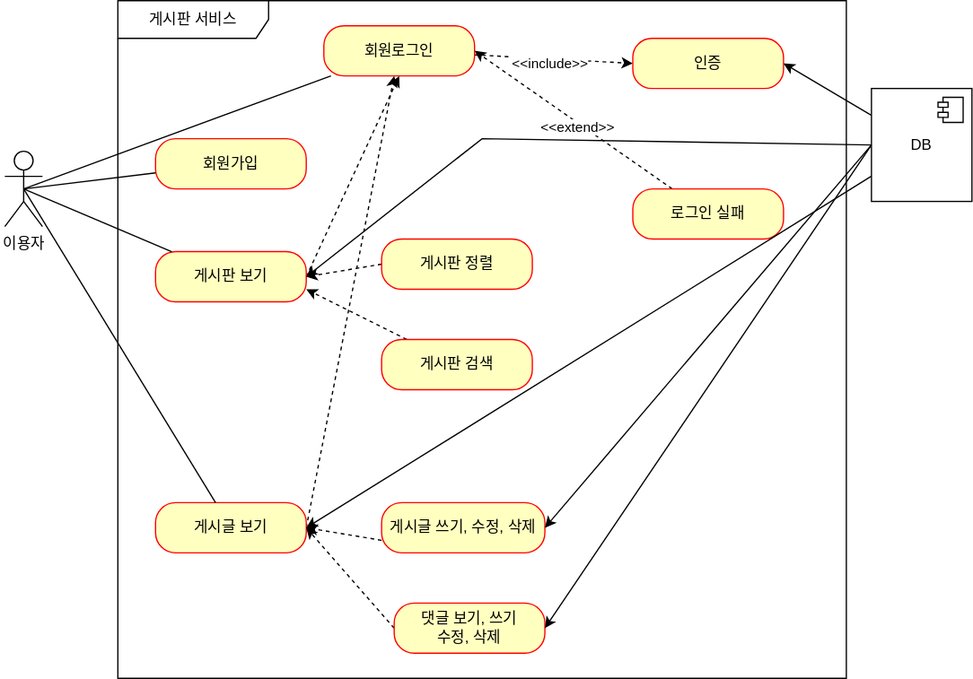
The draw.io diagram document/use-case.drawio.svg in cycy6031/fastcampus-project-board, before a commit. Source tidied: cells renumbered, new cells last; positions are measured from the earlier drawing's top-left corner, leaving out a move shared by most shapes.
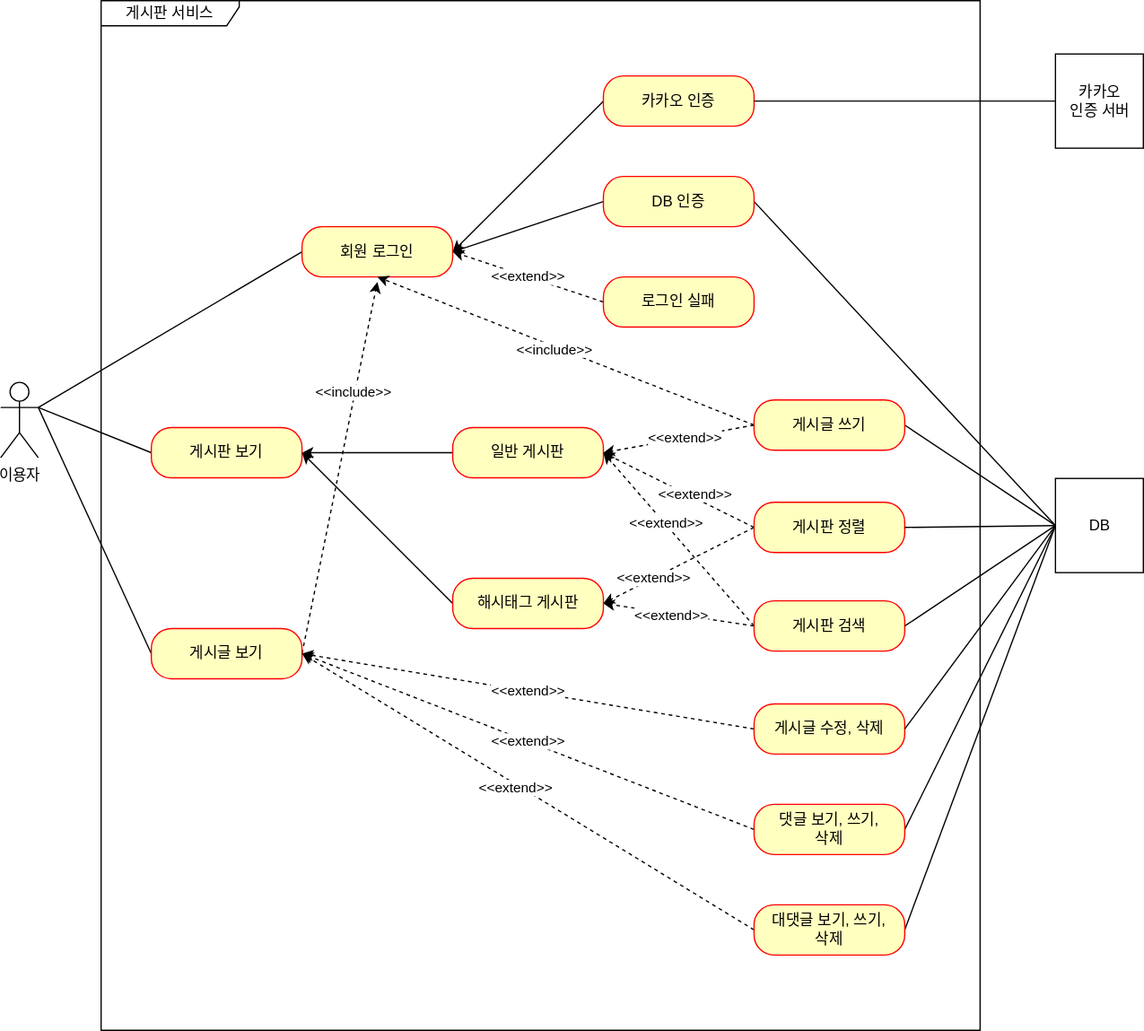
The same diagram one commit later.

Diff of the diagram source:
```diff
@@ -2,112 +2,177 @@
   <root>
     <mxCell id="0" />
     <mxCell id="1" parent="0" />
-    <mxCell id="2" value="이용자&lt;div&gt;&lt;br&gt;&lt;/div&gt;" style="shape=umlActor;verticalLabelPosition=bottom;verticalAlign=top;html=1;" parent="1" vertex="1">
-      <mxGeometry y="120" width="30" height="60" as="geometry" />
+    <mxCell id="2" value="이용자" style="shape=umlActor;verticalLabelPosition=bottom;verticalAlign=top;html=1;" parent="1" vertex="1">
+      <mxGeometry y="354" width="30" height="60" as="geometry" />
     </mxCell>
-    <mxCell id="3" value="게시판 서비스" style="shape=umlFrame;whiteSpace=wrap;html=1;width=120;height=30;" parent="1" vertex="1">
-      <mxGeometry x="90" width="580" height="540" as="geometry" />
+    <mxCell id="3" value="게시판 서비스" style="shape=umlFrame;whiteSpace=wrap;html=1;width=110;height=20;" parent="1" vertex="1">
+      <mxGeometry x="80" y="50" width="700" height="820" as="geometry" />
     </mxCell>
-    <mxCell id="4" value="회원가입" style="rounded=1;whiteSpace=wrap;html=1;arcSize=40;fontColor=#000000;fillColor=#ffffc0;strokeColor=#ff0000;" parent="1" vertex="1">
-      <mxGeometry x="120" y="110" width="120" height="40" as="geometry" />
-    </mxCell>
-    <mxCell id="5" style="rounded=0;jettySize=auto;html=1;exitX=1;exitY=0.5;exitDx=0;exitDy=0;entryX=0.5;entryY=1;entryDx=0;entryDy=0;dashed=1;" parent="1" edge="1" source="6" target="11">
-      <mxGeometry relative="1" as="geometry" />
-    </mxCell>
+    <mxCell id="35" style="rounded=0;jettySize=auto;html=1;exitX=0;exitY=0.5;exitDx=0;exitDy=0;entryX=1;entryY=0.5;entryDx=0;entryDy=0;" parent="1" edge="1" source="36" target="6">
+      <mxGeometry relative="1" as="geometry" />
+    </mxCell>
+    <mxCell id="36" value="일반 게시판" style="rounded=1;whiteSpace=wrap;html=1;arcSize=40;fontColor=#000000;fillColor=#ffffc0;strokeColor=#ff0000;" parent="1" vertex="1">
+      <mxGeometry x="360" y="390" width="120" height="40" as="geometry" />
+    </mxCell>
+    <mxCell id="26" style="edgeStyle=none;rounded=0;jettySize=auto;html=1;exitX=0;exitY=0.5;exitDx=0;exitDy=0;entryX=1;entryY=0.3333333333333333;entryDx=0;entryDy=0;entryPerimeter=0;endArrow=none;endFill=0;" parent="1" edge="1" source="6" target="2">
+      <mxGeometry relative="1" as="geometry" />
+    </mxCell>
     <mxCell id="6" value="게시판 보기" style="rounded=1;whiteSpace=wrap;html=1;arcSize=40;fontColor=#000000;fillColor=#ffffc0;strokeColor=#ff0000;" parent="1" vertex="1">
-      <mxGeometry x="120" y="200" width="120" height="40" as="geometry" />
+      <mxGeometry x="120" y="390" width="120" height="40" as="geometry" />
     </mxCell>
-    <mxCell id="7" style="rounded=0;jettySize=auto;html=1;exitX=1;exitY=0.5;exitDx=0;exitDy=0;dashed=1;" parent="1" edge="1" source="8">
-      <mxGeometry relative="1" as="geometry">
-        <mxPoint x="310" y="60" as="targetPoint" />
-      </mxGeometry>
-    </mxCell>
+    <mxCell id="37" style="edgeStyle=none;rounded=0;jettySize=auto;html=1;exitX=0;exitY=0.5;exitDx=0;exitDy=0;endArrow=none;endFill=0;" parent="1" edge="1" source="8">
+      <mxGeometry relative="1" as="geometry">
+        <mxPoint x="30" y="374" as="targetPoint" />
+      </mxGeometry>
+    </mxCell>
+    <mxCell id="38" style="edgeStyle=none;rounded=0;jettySize=auto;html=1;exitX=1;exitY=0.5;exitDx=0;exitDy=0;dashed=1;endArrow=classic;endFill=1;" parent="1" edge="1" source="8">
+      <mxGeometry relative="1" as="geometry">
+        <mxPoint x="300" y="274" as="targetPoint" />
+      </mxGeometry>
+    </mxCell>
+    <mxCell id="39" value="&amp;lt;&amp;lt;include&amp;gt;&amp;gt;" style="edgeLabel;html=1;align=center;verticalAlign=middle;" parent="38" vertex="1">
+      <mxGeometry x="0.41" y="2" relative="1" as="geometry" />
+    </mxCell>
     <mxCell id="8" value="게시글 보기" style="rounded=1;whiteSpace=wrap;html=1;arcSize=40;fontColor=#000000;fillColor=#ffffc0;strokeColor=#ff0000;" parent="1" vertex="1">
-      <mxGeometry x="120" y="400" width="120" height="40" as="geometry" />
+      <mxGeometry x="120" y="550" width="120" height="40" as="geometry" />
     </mxCell>
-    <mxCell id="9" style="rounded=0;jettySize=auto;html=1;entryX=0;entryY=0.5;entryDx=0;entryDy=0;dashed=1;" parent="1" edge="1" source="11" target="12">
-      <mxGeometry relative="1" as="geometry" />
-    </mxCell>
-    <mxCell id="10" value="&amp;lt;&amp;lt;include&amp;gt;&amp;gt;" style="edgeLabel;html=1;align=center;verticalAlign=middle;" parent="9" vertex="1">
-      <mxGeometry x="-0.05" y="-3" relative="1" as="geometry" />
-    </mxCell>
-    <mxCell id="11" value="회원로그인" style="rounded=1;whiteSpace=wrap;html=1;arcSize=40;fontColor=#000000;fillColor=#ffffc0;strokeColor=#ff0000;" parent="1" vertex="1">
-      <mxGeometry x="254" y="20" width="120" height="40" as="geometry" />
-    </mxCell>
-    <mxCell id="12" value="인증" style="rounded=1;whiteSpace=wrap;html=1;arcSize=38;fontColor=#000000;fillColor=#ffffc0;strokeColor=#ff0000;" parent="1" vertex="1">
-      <mxGeometry x="500" y="30" width="120" height="40" as="geometry" />
-    </mxCell>
-    <mxCell id="13" style="rounded=0;jettySize=auto;html=1;entryX=1;entryY=0.5;entryDx=0;entryDy=0;endArrow=classic;endFill=1;dashed=1;" parent="1" edge="1" source="15" target="11">
-      <mxGeometry relative="1" as="geometry" />
-    </mxCell>
-    <mxCell id="14" value="&amp;lt;&amp;lt;extend&amp;gt;&amp;gt;" style="edgeLabel;html=1;align=center;verticalAlign=middle;" parent="13" vertex="1">
-      <mxGeometry x="-0.05" y="3" relative="1" as="geometry" />
-    </mxCell>
+    <mxCell id="40" style="edgeStyle=none;rounded=0;jettySize=auto;html=1;exitX=0;exitY=0.5;exitDx=0;exitDy=0;endArrow=none;endFill=0;" parent="1" edge="1" source="41">
+      <mxGeometry relative="1" as="geometry">
+        <mxPoint x="30" y="374" as="targetPoint" />
+      </mxGeometry>
+    </mxCell>
+    <mxCell id="41" value="회원 로그인" style="rounded=1;whiteSpace=wrap;html=1;arcSize=40;fontColor=#000000;fillColor=#ffffc0;strokeColor=#ff0000;" parent="1" vertex="1">
+      <mxGeometry x="240" y="230" width="120" height="40" as="geometry" />
+    </mxCell>
+    <mxCell id="42" style="edgeStyle=none;rounded=0;jettySize=auto;html=1;exitX=1;exitY=0.5;exitDx=0;exitDy=0;entryX=0;entryY=0.5;entryDx=0;entryDy=0;endArrow=none;endFill=0;" parent="1" edge="1" source="44" target="33">
+      <mxGeometry relative="1" as="geometry" />
+    </mxCell>
+    <mxCell id="43" style="edgeStyle=none;rounded=0;jettySize=auto;html=1;exitX=0;exitY=0.5;exitDx=0;exitDy=0;entryX=1;entryY=0.5;entryDx=0;entryDy=0;endArrow=classic;endFill=1;" parent="1" edge="1" source="44" target="41">
+      <mxGeometry relative="1" as="geometry" />
+    </mxCell>
+    <mxCell id="44" value="DB 인증" style="rounded=1;whiteSpace=wrap;html=1;arcSize=40;fontColor=#000000;fillColor=#ffffc0;strokeColor=#ff0000;" parent="1" vertex="1">
+      <mxGeometry x="480" y="190" width="120" height="40" as="geometry" />
+    </mxCell>
+    <mxCell id="45" value="&amp;lt;&amp;lt;extend&amp;gt;&amp;gt;" style="edgeStyle=none;rounded=0;jettySize=auto;html=1;exitX=0;exitY=0.5;exitDx=0;exitDy=0;entryX=1;entryY=0.5;entryDx=0;entryDy=0;endArrow=classic;endFill=1;dashed=1;" parent="1" edge="1" source="15" target="41">
+      <mxGeometry relative="1" as="geometry" />
+    </mxCell>
     <mxCell id="15" value="로그인 실패" style="rounded=1;whiteSpace=wrap;html=1;arcSize=40;fontColor=#000000;fillColor=#ffffc0;strokeColor=#ff0000;" parent="1" vertex="1">
-      <mxGeometry x="500" y="150" width="120" height="40" as="geometry" />
+      <mxGeometry x="480" y="270" width="120" height="40" as="geometry" />
     </mxCell>
-    <mxCell id="16" style="rounded=0;jettySize=auto;html=1;exitX=0;exitY=0.5;exitDx=0;exitDy=0;entryX=1;entryY=0.5;entryDx=0;entryDy=0;dashed=1;" parent="1" edge="1" source="17" target="6">
-      <mxGeometry relative="1" as="geometry" />
-    </mxCell>
+    <mxCell id="46" style="edgeStyle=none;rounded=0;jettySize=auto;html=1;exitX=0;exitY=0.5;exitDx=0;exitDy=0;entryX=1;entryY=0.5;entryDx=0;entryDy=0;dashed=1;endArrow=classic;endFill=1;" parent="1" edge="1" source="17" target="36">
+      <mxGeometry relative="1" as="geometry" />
+    </mxCell>
+    <mxCell id="47" value="&amp;lt;&amp;lt;extend&amp;gt;&amp;gt;" style="edgeLabel;html=1;align=center;verticalAlign=middle;" parent="46" vertex="1">
+      <mxGeometry x="-0.18" y="-3" relative="1" as="geometry" />
+    </mxCell>
+    <mxCell id="48" style="edgeStyle=none;rounded=0;jettySize=auto;html=1;exitX=0;exitY=0.5;exitDx=0;exitDy=0;entryX=1;entryY=0.5;entryDx=0;entryDy=0;dashed=1;" parent="1" edge="1" source="17" target="65">
+      <mxGeometry relative="1" as="geometry" />
+    </mxCell>
+    <mxCell id="49" value="&amp;lt;&amp;lt;extend&amp;gt;&amp;gt;" style="edgeLabel;html=1;align=center;verticalAlign=middle;" parent="48" vertex="1">
+      <mxGeometry x="0.33" relative="1" as="geometry">
+        <mxPoint x="-1" as="offset" />
+      </mxGeometry>
+    </mxCell>
     <mxCell id="17" value="게시판 정렬" style="rounded=1;whiteSpace=wrap;html=1;arcSize=40;fontColor=#000000;fillColor=#ffffc0;strokeColor=#ff0000;" parent="1" vertex="1">
-      <mxGeometry x="300" y="190" width="120" height="40" as="geometry" />
+      <mxGeometry x="600" y="449.5" width="120" height="40" as="geometry" />
     </mxCell>
-    <mxCell id="18" style="rounded=0;jettySize=auto;html=1;entryX=1;entryY=0.75;entryDx=0;entryDy=0;dashed=1;" parent="1" edge="1" source="19" target="6">
-      <mxGeometry relative="1" as="geometry" />
-    </mxCell>
+    <mxCell id="50" style="edgeStyle=none;rounded=0;jettySize=auto;html=1;exitX=0;exitY=0.5;exitDx=0;exitDy=0;dashed=1;endArrow=classic;endFill=1;entryX=1;entryY=0.5;entryDx=0;entryDy=0;" parent="1" edge="1" source="19" target="36">
+      <mxGeometry relative="1" as="geometry" />
+    </mxCell>
+    <mxCell id="51" value="&amp;lt;&amp;lt;extend&amp;gt;&amp;gt;" style="edgeLabel;html=1;align=center;verticalAlign=middle;" parent="50" vertex="1">
+      <mxGeometry x="0.18" y="-1" relative="1" as="geometry" />
+    </mxCell>
+    <mxCell id="52" style="edgeStyle=none;rounded=0;jettySize=auto;html=1;exitX=0;exitY=0.5;exitDx=0;exitDy=0;entryX=1;entryY=0.5;entryDx=0;entryDy=0;dashed=1;" parent="1" edge="1" source="19" target="65">
+      <mxGeometry relative="1" as="geometry" />
+    </mxCell>
+    <mxCell id="53" value="&amp;lt;&amp;lt;extend&amp;gt;&amp;gt;" style="edgeLabel;html=1;align=center;verticalAlign=middle;" parent="52" vertex="1">
+      <mxGeometry x="0.11" y="2" relative="1" as="geometry">
+        <mxPoint x="1" as="offset" />
+      </mxGeometry>
+    </mxCell>
     <mxCell id="19" value="게시판 검색" style="rounded=1;whiteSpace=wrap;html=1;arcSize=40;fontColor=#000000;fillColor=#ffffc0;strokeColor=#ff0000;" parent="1" vertex="1">
-      <mxGeometry x="300" y="270" width="120" height="40" as="geometry" />
+      <mxGeometry x="600" y="528" width="120" height="40" as="geometry" />
     </mxCell>
-    <mxCell id="20" style="rounded=0;jettySize=auto;html=1;exitX=0;exitY=0.75;exitDx=0;exitDy=0;entryX=1;entryY=0.5;entryDx=0;entryDy=0;dashed=1;" parent="1" edge="1" source="21" target="8">
-      <mxGeometry relative="1" as="geometry" />
-    </mxCell>
-    <mxCell id="21" value="게시글 쓰기, 수정, 삭제" style="rounded=1;whiteSpace=wrap;html=1;arcSize=40;fontColor=#000000;fillColor=#ffffc0;strokeColor=#ff0000;" parent="1" vertex="1">
-      <mxGeometry x="300" y="400" width="130" height="40" as="geometry" />
-    </mxCell>
-    <mxCell id="22" style="rounded=0;jettySize=auto;html=1;exitX=0;exitY=0.5;exitDx=0;exitDy=0;dashed=1;entryX=1;entryY=0.5;entryDx=0;entryDy=0;" parent="1" edge="1" source="23" target="8">
-      <mxGeometry relative="1" as="geometry" />
-    </mxCell>
-    <mxCell id="23" value="댓글 보기, 쓰기&lt;div&gt;수정, 삭제&lt;/div&gt;" style="rounded=1;whiteSpace=wrap;html=1;arcSize=40;fontColor=#000000;fillColor=#ffffc0;strokeColor=#ff0000;" parent="1" vertex="1">
-      <mxGeometry x="310" y="480" width="120" height="40" as="geometry" />
-    </mxCell>
-    <mxCell id="24" style="rounded=0;jettySize=auto;html=1;entryX=0.5;entryY=0.5;entryDx=0;entryDy=0;entryPerimeter=0;endArrow=none;endFill=0;" parent="1" edge="1" source="4" target="2">
-      <mxGeometry relative="1" as="geometry" />
-    </mxCell>
-    <mxCell id="25" style="rounded=0;jettySize=auto;html=1;entryX=0.5;entryY=0.5;entryDx=0;entryDy=0;entryPerimeter=0;endArrow=none;endFill=0;" parent="1" edge="1" source="11" target="2">
-      <mxGeometry relative="1" as="geometry" />
-    </mxCell>
-    <mxCell id="26" style="rounded=0;jettySize=auto;html=1;entryX=0.5;entryY=0.5;entryDx=0;entryDy=0;entryPerimeter=0;endArrow=none;endFill=0;" parent="1" edge="1" source="6" target="2">
-      <mxGeometry relative="1" as="geometry" />
-    </mxCell>
-    <mxCell id="27" style="rounded=0;jettySize=auto;html=1;entryX=0.5;entryY=0.5;entryDx=0;entryDy=0;entryPerimeter=0;endArrow=none;endFill=0;" parent="1" edge="1" source="8" target="2">
-      <mxGeometry relative="1" as="geometry" />
-    </mxCell>
-    <mxCell id="28" style="rounded=0;jettySize=auto;html=1;entryX=1;entryY=0.5;entryDx=0;entryDy=0;" parent="1" edge="1" source="33" target="12">
-      <mxGeometry relative="1" as="geometry" />
-    </mxCell>
-    <mxCell id="29" style="rounded=0;jettySize=auto;html=1;exitX=0;exitY=0.5;exitDx=0;exitDy=0;entryX=1;entryY=0.5;entryDx=0;entryDy=0;" parent="1" edge="1" source="33" target="6">
-      <mxGeometry relative="1" as="geometry">
-        <Array as="points">
-          <mxPoint x="380" y="110" />
-        </Array>
-      </mxGeometry>
-    </mxCell>
-    <mxCell id="30" style="rounded=0;jettySize=auto;html=1;entryX=1;entryY=0.5;entryDx=0;entryDy=0;" parent="1" edge="1" source="33" target="8">
-      <mxGeometry relative="1" as="geometry" />
-    </mxCell>
-    <mxCell id="31" style="rounded=0;jettySize=auto;html=1;exitX=0;exitY=0.5;exitDx=0;exitDy=0;entryX=1;entryY=0.5;entryDx=0;entryDy=0;" parent="1" edge="1" source="33" target="21">
-      <mxGeometry relative="1" as="geometry" />
-    </mxCell>
-    <mxCell id="32" style="rounded=0;jettySize=auto;html=1;exitX=0;exitY=0.5;exitDx=0;exitDy=0;entryX=1;entryY=0.5;entryDx=0;entryDy=0;" parent="1" edge="1" source="33" target="23">
-      <mxGeometry relative="1" as="geometry" />
-    </mxCell>
+    <mxCell id="54" value="&amp;lt;&amp;lt;extend&amp;gt;&amp;gt;" style="edgeStyle=none;rounded=0;jettySize=auto;html=1;exitX=0;exitY=0.5;exitDx=0;exitDy=0;entryX=1;entryY=0.5;entryDx=0;entryDy=0;dashed=1;endArrow=classic;endFill=1;" parent="1" edge="1" source="55" target="8">
+      <mxGeometry relative="1" as="geometry" />
+    </mxCell>
+    <mxCell id="55" value="게시글 수정, 삭제" style="rounded=1;whiteSpace=wrap;html=1;arcSize=40;fontColor=#000000;fillColor=#ffffc0;strokeColor=#ff0000;" parent="1" vertex="1">
+      <mxGeometry x="600" y="610" width="120" height="40" as="geometry" />
+    </mxCell>
+    <mxCell id="56" style="edgeStyle=none;rounded=0;jettySize=auto;html=1;exitX=0;exitY=0.5;exitDx=0;exitDy=0;dashed=1;endArrow=classic;endFill=1;entryX=1;entryY=0.5;entryDx=0;entryDy=0;" parent="1" edge="1" source="59" target="8">
+      <mxGeometry relative="1" as="geometry" />
+    </mxCell>
+    <mxCell id="57" value="&amp;lt;&amp;lt;extend&amp;gt;&amp;gt;" style="edgeLabel;html=1;align=center;verticalAlign=middle;" parent="56" vertex="1">
+      <mxGeometry x="0.01" relative="1" as="geometry" />
+    </mxCell>
+    <mxCell id="58" style="edgeStyle=none;rounded=0;jettySize=auto;html=1;exitX=1;exitY=0.5;exitDx=0;exitDy=0;endArrow=none;endFill=0;entryX=0;entryY=0.5;entryDx=0;entryDy=0;" parent="1" edge="1" source="59" target="33">
+      <mxGeometry relative="1" as="geometry" />
+    </mxCell>
+    <mxCell id="59" value="댓글 보기, 쓰기,&lt;br&gt;삭제" style="rounded=1;whiteSpace=wrap;html=1;arcSize=40;fontColor=#000000;fillColor=#ffffc0;strokeColor=#ff0000;" parent="1" vertex="1">
+      <mxGeometry x="600" y="690" width="120" height="40" as="geometry" />
+    </mxCell>
+    <mxCell id="60" style="edgeStyle=none;rounded=0;jettySize=auto;html=1;exitX=0;exitY=0.5;exitDx=0;exitDy=0;entryX=1;entryY=0.5;entryDx=0;entryDy=0;endArrow=none;endFill=0;" parent="1" edge="1" source="33" target="55">
+      <mxGeometry relative="1" as="geometry" />
+    </mxCell>
+    <mxCell id="61" style="edgeStyle=none;rounded=0;jettySize=auto;html=1;exitX=0;exitY=0.5;exitDx=0;exitDy=0;entryX=1;entryY=0.5;entryDx=0;entryDy=0;endArrow=none;endFill=0;" parent="1" edge="1" source="33" target="19">
+      <mxGeometry relative="1" as="geometry" />
+    </mxCell>
+    <mxCell id="62" style="edgeStyle=none;rounded=0;jettySize=auto;html=1;exitX=0;exitY=0.5;exitDx=0;exitDy=0;entryX=1;entryY=0.5;entryDx=0;entryDy=0;endArrow=none;endFill=0;" parent="1" edge="1" source="33" target="17">
+      <mxGeometry relative="1" as="geometry" />
+    </mxCell>
+    <mxCell id="63" style="edgeStyle=none;rounded=0;jettySize=auto;html=1;exitX=0;exitY=0.5;exitDx=0;exitDy=0;entryX=1;entryY=0.5;entryDx=0;entryDy=0;endArrow=none;endFill=0;" parent="1" edge="1" source="33" target="71">
+      <mxGeometry relative="1" as="geometry" />
+    </mxCell>
-    <mxCell id="33" value="DB" style="html=1;whiteSpace=wrap;" parent="1" vertex="1">
-      <mxGeometry x="690" y="70" width="80" height="90" as="geometry" />
+    <mxCell id="33" value="DB" style="html=1;" parent="1" vertex="1">
+      <mxGeometry x="840" y="430.5" width="70" height="75" as="geometry" />
     </mxCell>
-    <mxCell id="34" style="shape=module;jettyWidth=8;jettyHeight=4;" parent="33" vertex="1">
-      <mxGeometry x="1" width="20" height="20" relative="1" as="geometry">
-        <mxPoint x="-27" y="7" as="offset" />
-      </mxGeometry>
-    </mxCell>
+    <mxCell id="64" style="jettySize=auto;html=1;exitX=0;exitY=0.5;exitDx=0;exitDy=0;entryX=1;entryY=0.5;entryDx=0;entryDy=0;rounded=0;" parent="1" edge="1" source="65" target="6">
+      <mxGeometry relative="1" as="geometry" />
+    </mxCell>
+    <mxCell id="65" value="해시태그 게시판" style="rounded=1;whiteSpace=wrap;html=1;arcSize=40;fontColor=#000000;fillColor=#ffffc0;strokeColor=#ff0000;" parent="1" vertex="1">
+      <mxGeometry x="360" y="510" width="120" height="40" as="geometry" />
+    </mxCell>
+    <mxCell id="66" style="edgeStyle=none;rounded=0;orthogonalLoop=1;jettySize=auto;html=1;exitX=0;exitY=0.5;exitDx=0;exitDy=0;" parent="1" edge="1" source="19" target="19">
+      <mxGeometry relative="1" as="geometry" />
+    </mxCell>
+    <mxCell id="67" style="edgeStyle=none;rounded=0;jettySize=auto;html=1;exitX=0;exitY=0.5;exitDx=0;exitDy=0;entryX=1;entryY=0.5;entryDx=0;entryDy=0;dashed=1;" parent="1" edge="1" source="71" target="36">
+      <mxGeometry relative="1" as="geometry" />
+    </mxCell>
+    <mxCell id="68" value="&amp;lt;&amp;lt;extend&amp;gt;&amp;gt;" style="edgeLabel;html=1;align=center;verticalAlign=middle;" parent="67" vertex="1">
+      <mxGeometry x="-0.09" y="-1" relative="1" as="geometry" />
+    </mxCell>
+    <mxCell id="69" style="edgeStyle=none;rounded=0;jettySize=auto;html=1;exitX=0;exitY=0.5;exitDx=0;exitDy=0;entryX=0.5;entryY=1;entryDx=0;entryDy=0;endArrow=classic;endFill=1;dashed=1;" parent="1" edge="1" source="71" target="41">
+      <mxGeometry relative="1" as="geometry" />
+    </mxCell>
+    <mxCell id="70" value="&amp;lt;&amp;lt;include&amp;gt;&amp;gt;" style="edgeLabel;html=1;align=center;verticalAlign=middle;" parent="69" vertex="1">
+      <mxGeometry x="0.06" y="2" relative="1" as="geometry" />
+    </mxCell>
+    <mxCell id="71" value="게시글 쓰기" style="rounded=1;whiteSpace=wrap;html=1;arcSize=40;fontColor=#000000;fillColor=#ffffc0;strokeColor=#ff0000;" parent="1" vertex="1">
+      <mxGeometry x="600" y="368" width="120" height="40" as="geometry" />
+    </mxCell>
+    <mxCell id="72" style="edgeStyle=none;rounded=0;jettySize=auto;html=1;exitX=0;exitY=0.5;exitDx=0;exitDy=0;entryX=1;entryY=0.5;entryDx=0;entryDy=0;endArrow=classic;endFill=1;dashed=1;" parent="1" edge="1" source="75" target="8">
+      <mxGeometry relative="1" as="geometry" />
+    </mxCell>
+    <mxCell id="73" value="&amp;lt;&amp;lt;extend&amp;gt;&amp;gt;" style="edgeLabel;html=1;align=center;verticalAlign=middle;" parent="72" vertex="1">
+      <mxGeometry x="0.05" y="3" relative="1" as="geometry" />
+    </mxCell>
+    <mxCell id="74" style="edgeStyle=none;rounded=0;jettySize=auto;html=1;exitX=1;exitY=0.5;exitDx=0;exitDy=0;entryX=0;entryY=0.5;entryDx=0;entryDy=0;endArrow=none;endFill=0;" parent="1" edge="1" source="75" target="33">
+      <mxGeometry relative="1" as="geometry" />
+    </mxCell>
+    <mxCell id="75" value="대댓글 보기, 쓰기,&lt;br&gt;삭제" style="rounded=1;whiteSpace=wrap;html=1;arcSize=40;fontColor=#000000;fillColor=#ffffc0;strokeColor=#ff0000;" parent="1" vertex="1">
+      <mxGeometry x="600" y="770" width="120" height="40" as="geometry" />
+    </mxCell>
+    <mxCell id="76" style="rounded=0;jettySize=auto;html=1;exitX=0;exitY=0.5;exitDx=0;exitDy=0;entryX=1;entryY=0.5;entryDx=0;entryDy=0;endArrow=classic;endFill=1;" parent="1" edge="1" source="77" target="41">
+      <mxGeometry relative="1" as="geometry" />
+    </mxCell>
+    <mxCell id="77" value="카카오 인증" style="rounded=1;whiteSpace=wrap;html=1;arcSize=40;fontColor=#000000;fillColor=#ffffc0;strokeColor=#ff0000;" parent="1" vertex="1">
+      <mxGeometry x="480" y="110" width="120" height="40" as="geometry" />
+    </mxCell>
+    <mxCell id="78" style="edgeStyle=orthogonalEdgeStyle;rounded=0;jettySize=auto;html=1;exitX=0;exitY=0.5;exitDx=0;exitDy=0;entryX=1;entryY=0.5;entryDx=0;entryDy=0;endArrow=none;endFill=0;" parent="1" edge="1" source="79" target="77">
+      <mxGeometry relative="1" as="geometry" />
+    </mxCell>
+    <mxCell id="79" value="카카오&lt;br&gt;인증 서버" style="html=1;" parent="1" vertex="1">
+      <mxGeometry x="840" y="92.5" width="70" height="75" as="geometry" />
+    </mxCell>
   </root>
 </mxGraphModel>
```
